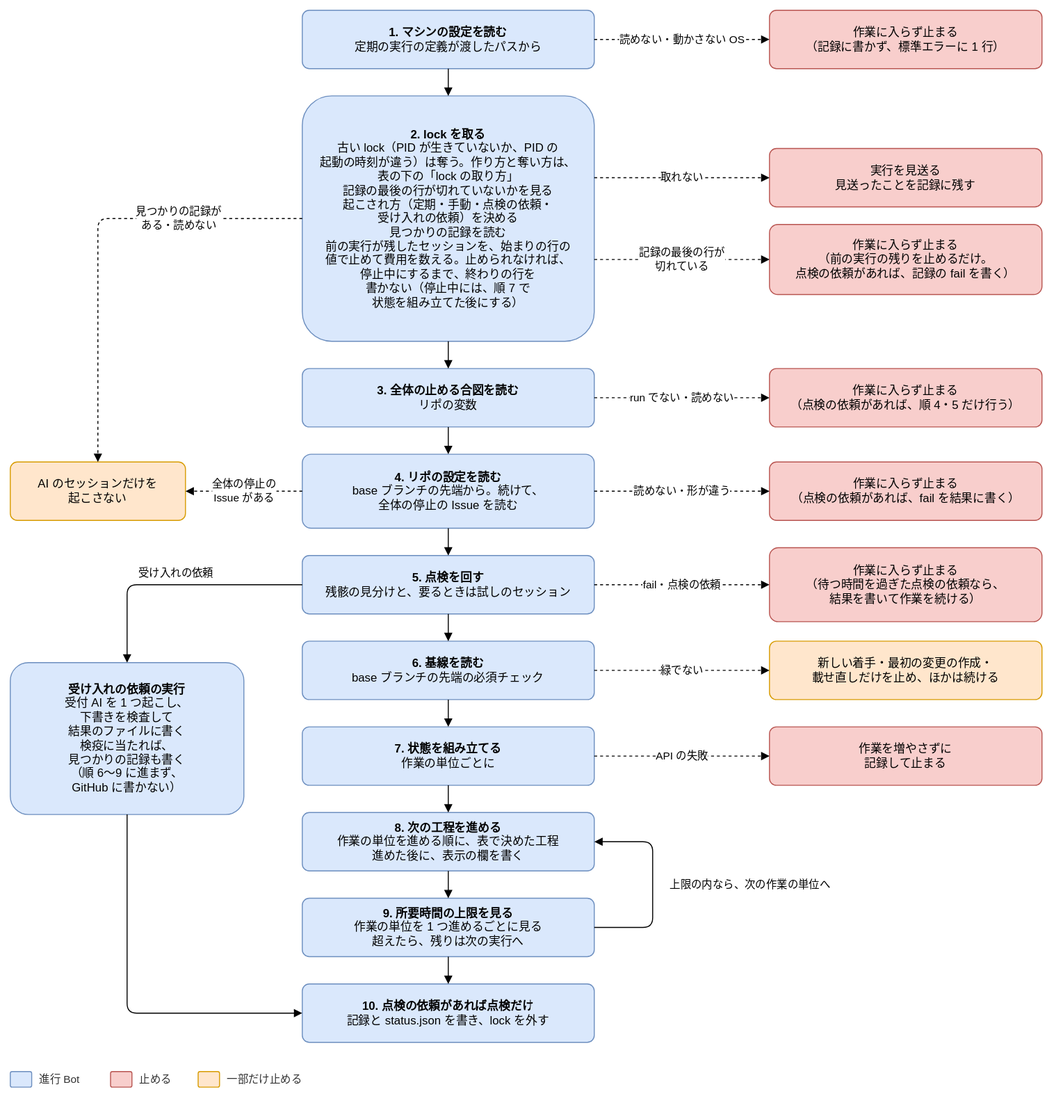
The draw.io diagram docs/design/basic/diagrams/02-run-flow.drawio.svg in Joymerrevent/dev-autopilot, before a commit. Source tidied: cells renumbered, new cells last; positions are measured from the earlier drawing's top-left corner, leaving out a move shared by most shapes.
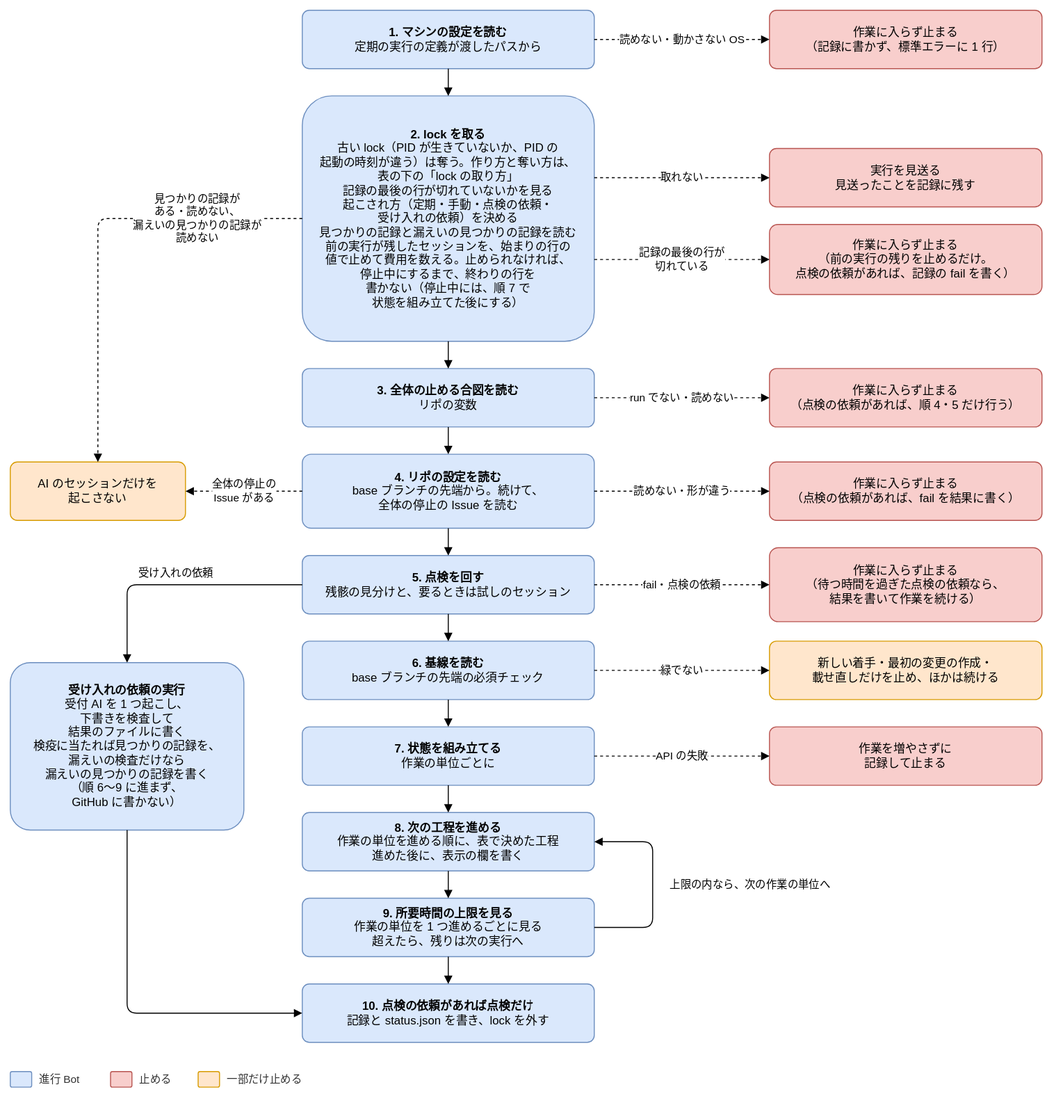
Later version of the same file.

The edit, as a diff of the source:
```diff
@@ -11,7 +11,7 @@
     <mxCell id="4" value="読めない・動かさない OS" style="edgeStyle=orthogonalEdgeStyle;rounded=1;html=1;endArrow=block;endFill=1;fontSize=11;labelBackgroundColor=#ffffff;dashed=1;exitX=1;exitY=0.5;exitDx=0;exitDy=0;entryX=0;entryY=0.5;entryDx=0;entryDy=0;" parent="1" edge="1" source="2" target="3">
       <mxGeometry relative="1" as="geometry" />
     </mxCell>
-    <mxCell id="5" value="&lt;b&gt;2. lock を取る&lt;/b&gt;&lt;br&gt;古い lock（PID が生きていないか、PID の&lt;br&gt;起動の時刻が違う）は奪う。作り方と奪い方は、&lt;br&gt;表の下の「lock の取り方」&lt;br&gt;記録の最後の行が切れていないかを見る&lt;br&gt;起こされ方（定期・手動・点検の依頼・&lt;br&gt;受け入れの依頼）を決める&lt;br&gt;見つかりの記録を読む&lt;br&gt;前の実行が残したセッションを、始まりの行の&lt;br&gt;値で止めて費用を数える。止められなければ、&lt;br&gt;停止中にするまで、終わりの行を&lt;br&gt;書かない（停止中には、順 7 で&lt;br&gt;状態を組み立てた後にする）" style="rounded=1;whiteSpace=wrap;html=1;fontSize=12;arcSize=12;spacing=12;fillColor=#dae8fc;strokeColor=#6c8ebf;" parent="1" vertex="1">
+    <mxCell id="5" value="&lt;b&gt;2. lock を取る&lt;/b&gt;&lt;br&gt;古い lock（PID が生きていないか、PID の&lt;br&gt;起動の時刻が違う）は奪う。作り方と奪い方は、&lt;br&gt;表の下の「lock の取り方」&lt;br&gt;記録の最後の行が切れていないかを見る&lt;br&gt;起こされ方（定期・手動・点検の依頼・&lt;br&gt;受け入れの依頼）を決める&lt;br&gt;見つかりの記録と漏えいの見つかりの記録を読む&lt;br&gt;前の実行が残したセッションを、始まりの行の&lt;br&gt;値で止めて費用を数える。止められなければ、&lt;br&gt;停止中にするまで、終わりの行を&lt;br&gt;書かない（停止中には、順 7 で&lt;br&gt;状態を組み立てた後にする）" style="rounded=1;whiteSpace=wrap;html=1;fontSize=12;arcSize=12;spacing=12;fillColor=#dae8fc;strokeColor=#6c8ebf;" parent="1" vertex="1">
       <mxGeometry x="300" y="88" width="300" height="252" as="geometry" />
     </mxCell>
     <mxCell id="6" style="edgeStyle=orthogonalEdgeStyle;rounded=1;html=1;endArrow=block;endFill=1;fontSize=11;labelBackgroundColor=#ffffff;exitX=0.5;exitY=1;exitDx=0;exitDy=0;entryX=0.5;entryY=0;entryDx=0;entryDy=0;" parent="1" edge="1" source="2" target="5">
@@ -134,8 +134,8 @@
     <mxCell id="43" value="一部だけ止める" style="text;html=1;align=left;verticalAlign=middle;fontSize=11;fontColor=#333333;" parent="1" vertex="1">
       <mxGeometry x="221" y="1088" width="94" height="20" as="geometry" />
     </mxCell>
-    <mxCell id="44" value="&lt;b&gt;受け入れの依頼の実行&lt;/b&gt;&lt;br&gt;受付 AI を 1 つ起こし、&lt;br&gt;下書きを検査して&lt;br&gt;結果のファイルに書く&lt;br&gt;検疫に当たれば、&lt;br&gt;見つかりの記録も書く&lt;br&gt;（順 6〜9 に進まず、&lt;br&gt;GitHub に書かない）" style="rounded=1;whiteSpace=wrap;html=1;fontSize=12;arcSize=12;spacing=12;fillColor=#dae8fc;strokeColor=#6c8ebf;" parent="1" vertex="1">
-      <mxGeometry y="670" width="240" height="156" as="geometry" />
+    <mxCell id="44" value="&lt;b&gt;受け入れの依頼の実行&lt;/b&gt;&lt;br&gt;受付 AI を 1 つ起こし、&lt;br&gt;下書きを検査して&lt;br&gt;結果のファイルに書く&lt;br&gt;検疫に当たれば見つかりの記録を、&lt;br&gt;漏えいの検査だけなら&lt;br&gt;漏えいの見つかりの記録を書く&lt;br&gt;（順 6〜9 に進まず、&lt;br&gt;GitHub に書かない）" style="rounded=1;whiteSpace=wrap;html=1;fontSize=12;arcSize=12;spacing=12;fillColor=#dae8fc;strokeColor=#6c8ebf;" parent="1" vertex="1">
+      <mxGeometry y="670" width="240" height="172" as="geometry" />
     </mxCell>
     <mxCell id="45" value="受け入れの依頼" style="edgeStyle=orthogonalEdgeStyle;rounded=1;html=1;endArrow=block;endFill=1;fontSize=11;labelBackgroundColor=#ffffff;exitX=0;exitY=0.5;exitDx=0;exitDy=0;entryX=0.5;entryY=0;entryDx=0;entryDy=0;" parent="1" edge="1" source="19" target="44">
       <mxGeometry relative="1" as="geometry">
@@ -151,8 +151,8 @@
     <mxCell id="48" value="全体の停止の&lt;br&gt;Issue がある" style="edgeStyle=orthogonalEdgeStyle;rounded=1;html=1;endArrow=block;endFill=1;fontSize=11;labelBackgroundColor=#ffffff;dashed=1;exitX=0;exitY=0.5;exitDx=0;exitDy=0;entryX=1;entryY=0.5;entryDx=0;entryDy=0;" parent="1" edge="1" source="15" target="47">
       <mxGeometry relative="1" as="geometry" />
     </mxCell>
-    <mxCell id="49" value="見つかりの記録が&lt;br&gt;ある・読めない" style="edgeStyle=orthogonalEdgeStyle;rounded=1;html=1;endArrow=block;endFill=1;fontSize=11;labelBackgroundColor=#ffffff;dashed=1;exitX=0;exitY=0.5;exitDx=0;exitDy=0;entryX=0.5;entryY=0;entryDx=0;entryDy=0;" parent="1" edge="1" source="5" target="47">
-      <mxGeometry x="-0.45" relative="1" as="geometry" />
+    <mxCell id="49" value="見つかりの記録が&lt;br&gt;ある・読めない、&lt;br&gt;漏えいの見つかりの記録が&lt;br&gt;読めない" style="edgeStyle=orthogonalEdgeStyle;rounded=1;html=1;endArrow=block;endFill=1;fontSize=11;labelBackgroundColor=#ffffff;dashed=1;exitX=0;exitY=0.5;exitDx=0;exitDy=0;entryX=0.5;entryY=0;entryDx=0;entryDy=0;" parent="1" edge="1" source="5" target="47">
+      <mxGeometry x="-0.53" relative="1" as="geometry" />
     </mxCell>
   </root>
 </mxGraphModel>
```
